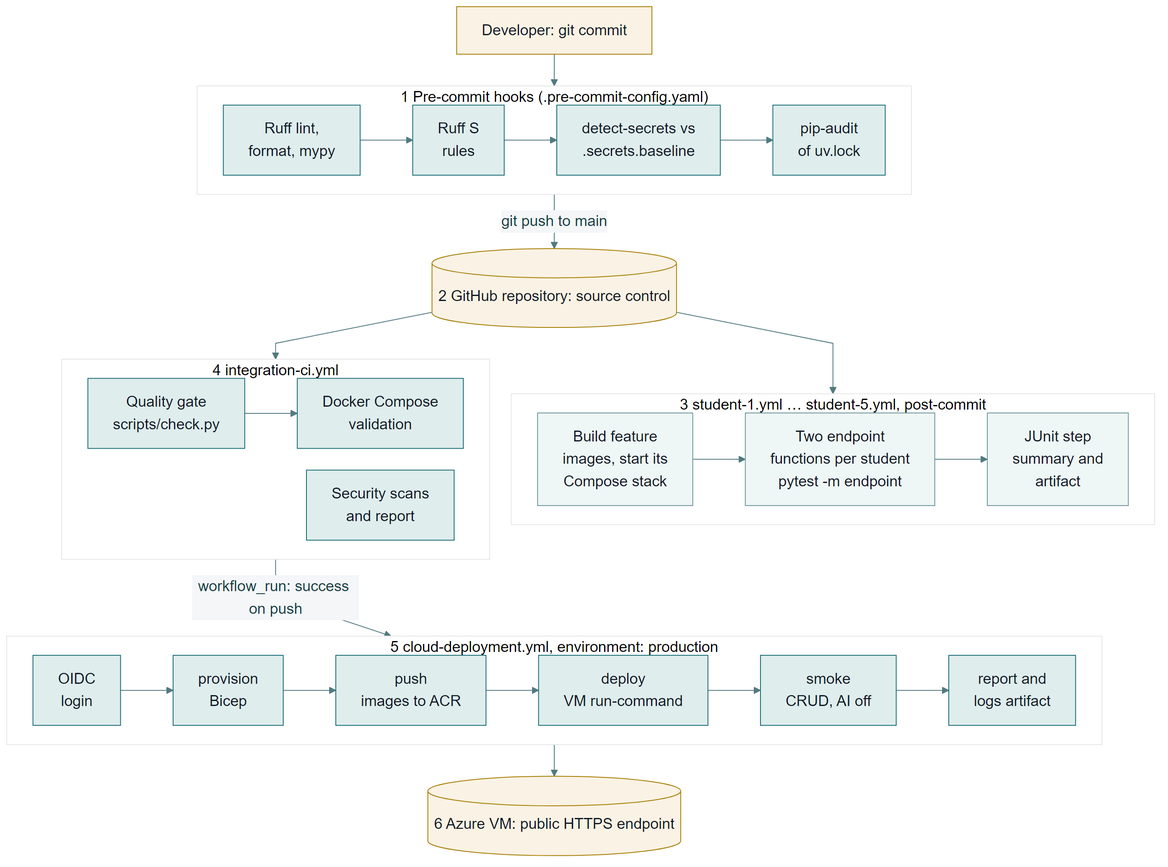
Earlier version of the Mermaid export docs/reports/assets/release-2/devops-flow.png (MattShelton04/41026ASDProject). Its source is kept beside it as docs/reports/diagrams/release-2/devops-flow.mmd.
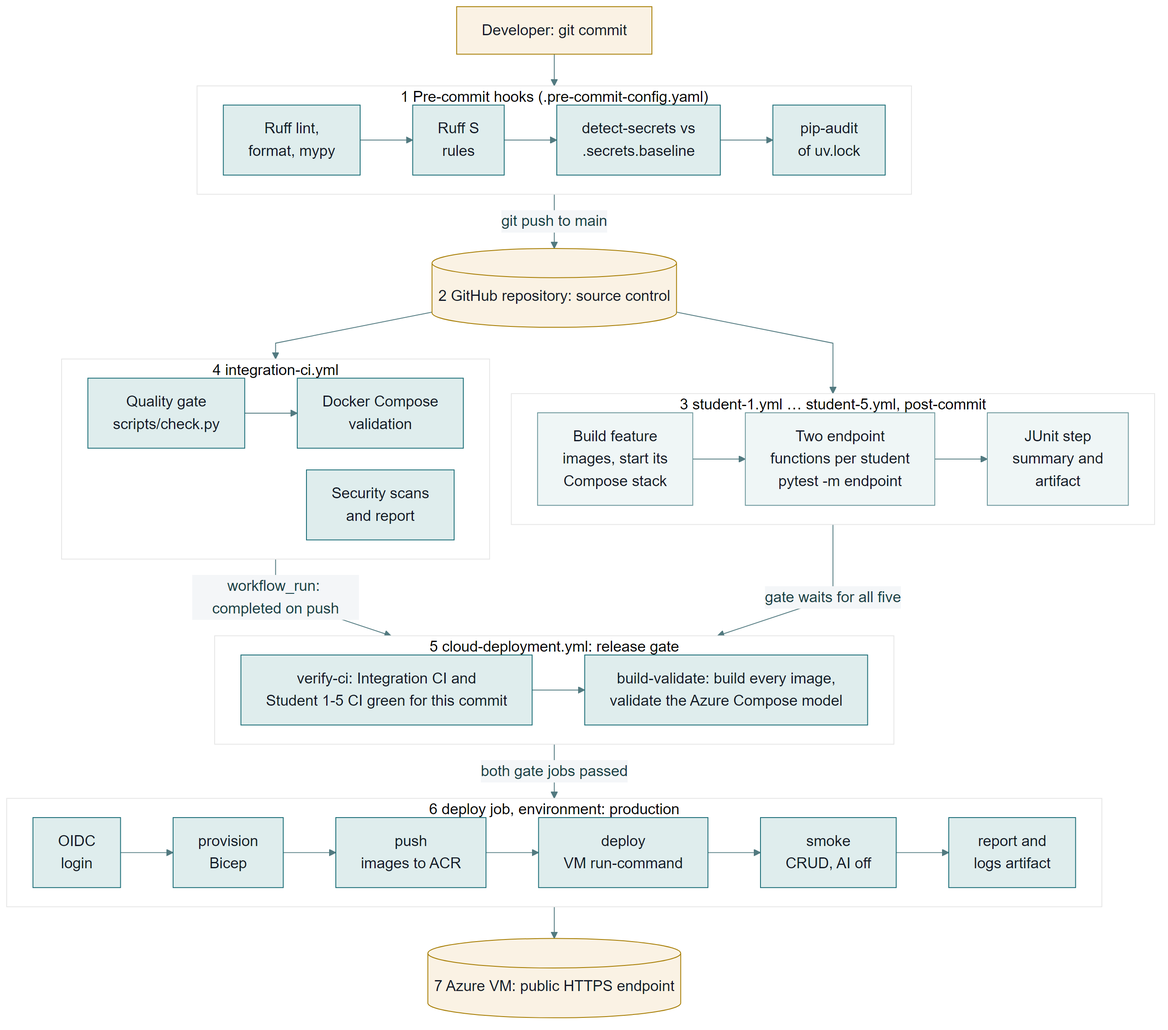
Above is the later version.

Commit message:
docs(release-2): add the showcase runbook and refresh status, design and report for the CI gate

The edit, as a diff of the source:
```diff
@@ -17,17 +17,22 @@
         i1["Quality gate<br/>scripts/check.py"] --> i2["Docker Compose<br/>validation"]
         i3["Security scans<br/>and report"]
     end
-    integ -->|"workflow_run: success on push"| cd
-    students ~~~ cd
-    subgraph cd["5 cloud-deployment.yml, environment: production"]
+    integ -->|"workflow_run: completed on push"| gate
+    students -->|"gate waits for all five"| gate
+    subgraph gate["5 cloud-deployment.yml: release gate"]
+        direction LR
+        g1["verify-ci: Integration CI and<br/>Student 1-5 CI green for this commit"] --> g2["build-validate: build every image,<br/>validate the Azure Compose model"]
+    end
+    gate -->|"both gate jobs passed"| cd
+    subgraph cd["6 deploy job, environment: production"]
         direction LR
         c1["OIDC<br/>login"] --> c2["provision<br/>Bicep"] --> c3["push<br/>images to ACR"] --> c4["deploy<br/>VM run-command"] --> c5["smoke<br/>CRUD, AI off"] --> c6["report and<br/>logs artifact"]
     end
-    cd --> azure[("6 Azure VM: public HTTPS endpoint")]
+    cd --> azure[("7 Azure VM: public HTTPS endpoint")]
 
     classDef shared fill:#dfeded,stroke:#176b75,color:#111827;
     classDef feature fill:#eff6f6,stroke:#6b969b,color:#111827;
     classDef note fill:#faf2e4,stroke:#a67c00,color:#111827;
-    class h1,h2,h3,h4,i1,i2,i3,c1,c2,c3,c4,c5,c6 shared;
+    class h1,h2,h3,h4,i1,i2,i3,g1,g2,c1,c2,c3,c4,c5,c6 shared;
     class s1,s2,s3 feature;
     class dev,gh,azure note;
```
